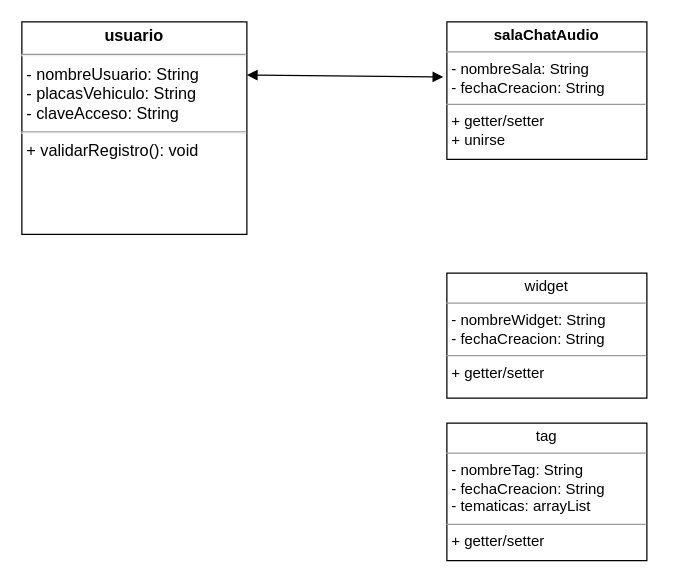
This is lib/DC.drawio from BrandonFreire/ProyectoBimestre, a draw.io file, before an edit. Source tidied: cells renumbered, new cells numbered last; positions are measured from the earlier drawing's top-left corner, leaving out a move shared by most shapes. Both pictures are drawn from the tidied source at 125%, with x=0, y=0 at pixel (21, 21).
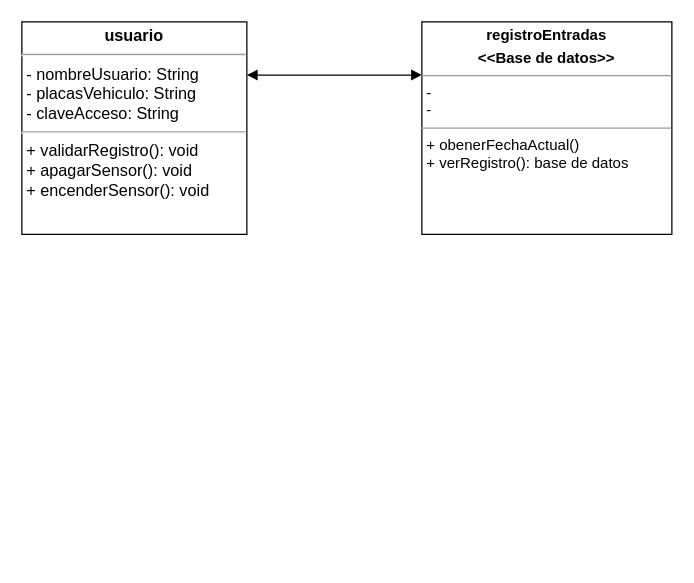
The same diagram, later.

Commit message (it also covers changes not shown here):
actualizacion diagramas 2

Diff of the diagram source:
```diff
@@
 <mxGraphModel>
   <root>
     <mxCell id="0" />
     <mxCell id="1" parent="0" />
-    <mxCell id="2" value="&lt;p style=&quot;margin: 4px 0px 0px; text-align: center; font-size: 13px;&quot;&gt;&lt;b&gt;usuario&lt;/b&gt;&lt;/p&gt;&lt;hr style=&quot;font-size: 13px;&quot;&gt;&lt;p style=&quot;margin: 0px 0px 0px 4px; font-size: 13px;&quot;&gt;- nombreUsuario: String&lt;/p&gt;&lt;p style=&quot;margin: 0px 0px 0px 4px; font-size: 13px;&quot;&gt;- placasVehiculo: String&lt;/p&gt;&lt;p style=&quot;margin: 0px 0px 0px 4px; font-size: 13px;&quot;&gt;- claveAcceso: String&lt;/p&gt;&lt;hr style=&quot;font-size: 13px;&quot;&gt;&lt;p style=&quot;margin: 0px 0px 0px 4px; font-size: 13px;&quot;&gt;+ validarRegistro(): void&lt;/p&gt;&lt;p style=&quot;margin: 0px 0px 0px 4px; font-size: 13px;&quot;&gt;&lt;br&gt;&lt;/p&gt;&lt;p style=&quot;margin: 0px 0px 0px 4px; font-size: 13px;&quot;&gt;&lt;br&gt;&lt;/p&gt;" style="verticalAlign=top;align=left;overflow=fill;fontSize=13;fontFamily=Helvetica;html=1;" parent="1" vertex="1">
+    <mxCell id="2" value="&lt;p style=&quot;margin: 4px 0px 0px; text-align: center; font-size: 13px;&quot;&gt;&lt;b&gt;usuario&lt;/b&gt;&lt;/p&gt;&lt;hr style=&quot;font-size: 13px;&quot;&gt;&lt;p style=&quot;margin: 0px 0px 0px 4px; font-size: 13px;&quot;&gt;- nombreUsuario: String&lt;/p&gt;&lt;p style=&quot;margin: 0px 0px 0px 4px; font-size: 13px;&quot;&gt;- placasVehiculo: String&lt;/p&gt;&lt;p style=&quot;margin: 0px 0px 0px 4px; font-size: 13px;&quot;&gt;- claveAcceso: String&lt;/p&gt;&lt;hr style=&quot;font-size: 13px;&quot;&gt;&lt;p style=&quot;margin: 0px 0px 0px 4px; font-size: 13px;&quot;&gt;+ validarRegistro(): void&lt;/p&gt;&lt;p style=&quot;margin: 0px 0px 0px 4px; font-size: 13px;&quot;&gt;+ apagarSensor(): void&lt;/p&gt;&lt;p style=&quot;margin: 0px 0px 0px 4px; font-size: 13px;&quot;&gt;+ encenderSensor(): void&lt;/p&gt;&lt;p style=&quot;margin: 0px 0px 0px 4px; font-size: 13px;&quot;&gt;&lt;br&gt;&lt;/p&gt;&lt;p style=&quot;margin: 0px 0px 0px 4px; font-size: 13px;&quot;&gt;&lt;br&gt;&lt;/p&gt;" style="verticalAlign=top;align=left;overflow=fill;fontSize=13;fontFamily=Helvetica;html=1;" parent="1" vertex="1">
       <mxGeometry width="180" height="170" as="geometry" />
     </mxCell>
-    <mxCell id="3" value="&lt;p style=&quot;margin:0px;margin-top:4px;text-align:center;&quot;&gt;&lt;b&gt;salaChatAudio&lt;/b&gt;&lt;/p&gt;&lt;hr size=&quot;1&quot;&gt;&lt;p style=&quot;margin:0px;margin-left:4px;&quot;&gt;- nombreSala: String&lt;/p&gt;&lt;p style=&quot;margin:0px;margin-left:4px;&quot;&gt;- fechaCreacion: String&lt;/p&gt;&lt;hr size=&quot;1&quot;&gt;&lt;p style=&quot;margin:0px;margin-left:4px;&quot;&gt;+ getter/setter&lt;/p&gt;&lt;p style=&quot;margin:0px;margin-left:4px;&quot;&gt;+ unirse&lt;/p&gt;" style="verticalAlign=top;align=left;overflow=fill;fontSize=12;fontFamily=Helvetica;html=1;" parent="1" vertex="1">
-      <mxGeometry x="340" width="160" height="110" as="geometry" />
+    <mxCell id="3" value="&lt;p style=&quot;margin:0px;margin-top:4px;text-align:center;&quot;&gt;&lt;b&gt;registroEntradas&lt;/b&gt;&lt;/p&gt;&lt;p style=&quot;margin:0px;margin-top:4px;text-align:center;&quot;&gt;&lt;b&gt;&amp;lt;&amp;lt;Base de datos&amp;gt;&amp;gt;&lt;/b&gt;&lt;/p&gt;&lt;hr size=&quot;1&quot;&gt;&lt;p style=&quot;margin:0px;margin-left:4px;&quot;&gt;-&amp;nbsp;&lt;/p&gt;&lt;p style=&quot;margin:0px;margin-left:4px;&quot;&gt;-&amp;nbsp;&lt;/p&gt;&lt;hr size=&quot;1&quot;&gt;&lt;p style=&quot;margin:0px;margin-left:4px;&quot;&gt;+ obenerFechaActual()&lt;/p&gt;&lt;p style=&quot;margin:0px;margin-left:4px;&quot;&gt;+ verRegistro(): base de datos&lt;/p&gt;" style="verticalAlign=top;align=left;overflow=fill;fontSize=12;fontFamily=Helvetica;html=1;" parent="1" vertex="1">
+      <mxGeometry x="320" width="200" height="170" as="geometry" />
     </mxCell>
-    <mxCell id="4" style="endArrow=block;startArrow=block;endFill=1;startFill=1;html=1;fontSize=13;exitX=1;exitY=0.25;exitDx=0;exitDy=0;entryX=-0.018;entryY=0.4;entryDx=0;entryDy=0;entryPerimeter=0;" parent="1" edge="1" source="2" target="3">
+    <mxCell id="4" style="endArrow=block;startArrow=block;endFill=1;startFill=1;html=1;fontSize=13;exitX=1;exitY=0.25;exitDx=0;exitDy=0;entryX=0;entryY=0.25;entryDx=0;entryDy=0;" parent="1" edge="1" source="2" target="3">
       <mxGeometry relative="1" as="geometry" />
     </mxCell>
-    <mxCell id="5" value="&lt;p style=&quot;margin:0px;margin-top:4px;text-align:center;&quot;&gt;widget&lt;/p&gt;&lt;hr size=&quot;1&quot;&gt;&lt;p style=&quot;margin:0px;margin-left:4px;&quot;&gt;- nombreWidget: String&lt;/p&gt;&lt;p style=&quot;margin:0px;margin-left:4px;&quot;&gt;- fechaCreacion: String&lt;/p&gt;&lt;hr size=&quot;1&quot;&gt;&lt;p style=&quot;margin:0px;margin-left:4px;&quot;&gt;+ getter/setter&lt;/p&gt;" style="verticalAlign=top;align=left;overflow=fill;fontSize=12;fontFamily=Helvetica;html=1;" parent="1" vertex="1">
-      <mxGeometry x="340" y="201" width="160" height="100" as="geometry" />
-    </mxCell>
-    <mxCell id="6" value="&lt;p style=&quot;margin:0px;margin-top:4px;text-align:center;&quot;&gt;tag&lt;/p&gt;&lt;hr size=&quot;1&quot;&gt;&lt;p style=&quot;margin:0px;margin-left:4px;&quot;&gt;- nombreTag: String&lt;/p&gt;&lt;p style=&quot;margin:0px;margin-left:4px;&quot;&gt;- fechaCreacion: String&lt;/p&gt;&lt;p style=&quot;margin:0px;margin-left:4px;&quot;&gt;- tematicas: arrayList&lt;/p&gt;&lt;hr size=&quot;1&quot;&gt;&lt;p style=&quot;margin:0px;margin-left:4px;&quot;&gt;+ getter/setter&lt;/p&gt;" style="verticalAlign=top;align=left;overflow=fill;fontSize=12;fontFamily=Helvetica;html=1;" parent="1" vertex="1">
-      <mxGeometry x="340" y="321" width="160" height="110" as="geometry" />
-    </mxCell>
   </root>
 </mxGraphModel>
```
